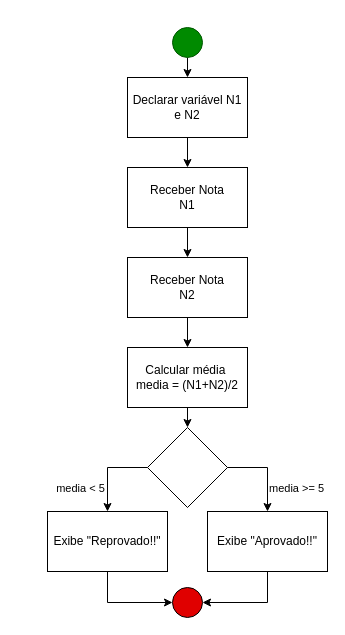
The draw.io diagram page "Exercicio 2" (2 of 7) of Lista 1/Lista 1.drawio in AlgumonL/Algoritimo, before the edit. Source tidied: cells renumbered, new cells numbered last; positions are measured from the earlier drawing's top-left corner, leaving out a move shared by most shapes. Both pictures are drawn from the tidied source at 100%, with x=0, y=0 at pixel (47, 27).
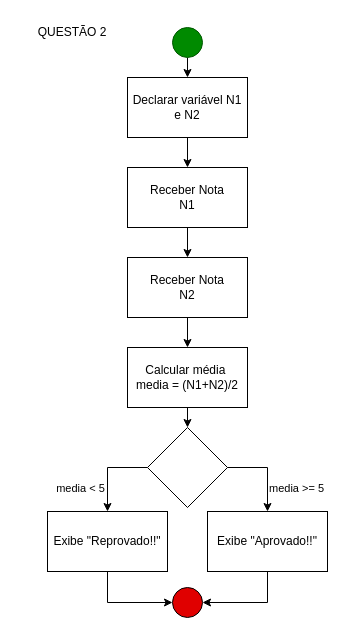
After the change.

What changed in the source:
```diff
@@
+    <mxCell id="22" value="QUESTÃO 2" style="text;html=1;whiteSpace=wrap;strokeColor=none;fillColor=none;align=center;verticalAlign=middle;rounded=0;" parent="1" vertex="1">
+      <mxGeometry x="-30" y="-10" width="110" height="30" as="geometry" />
+    </mxCell>
```
